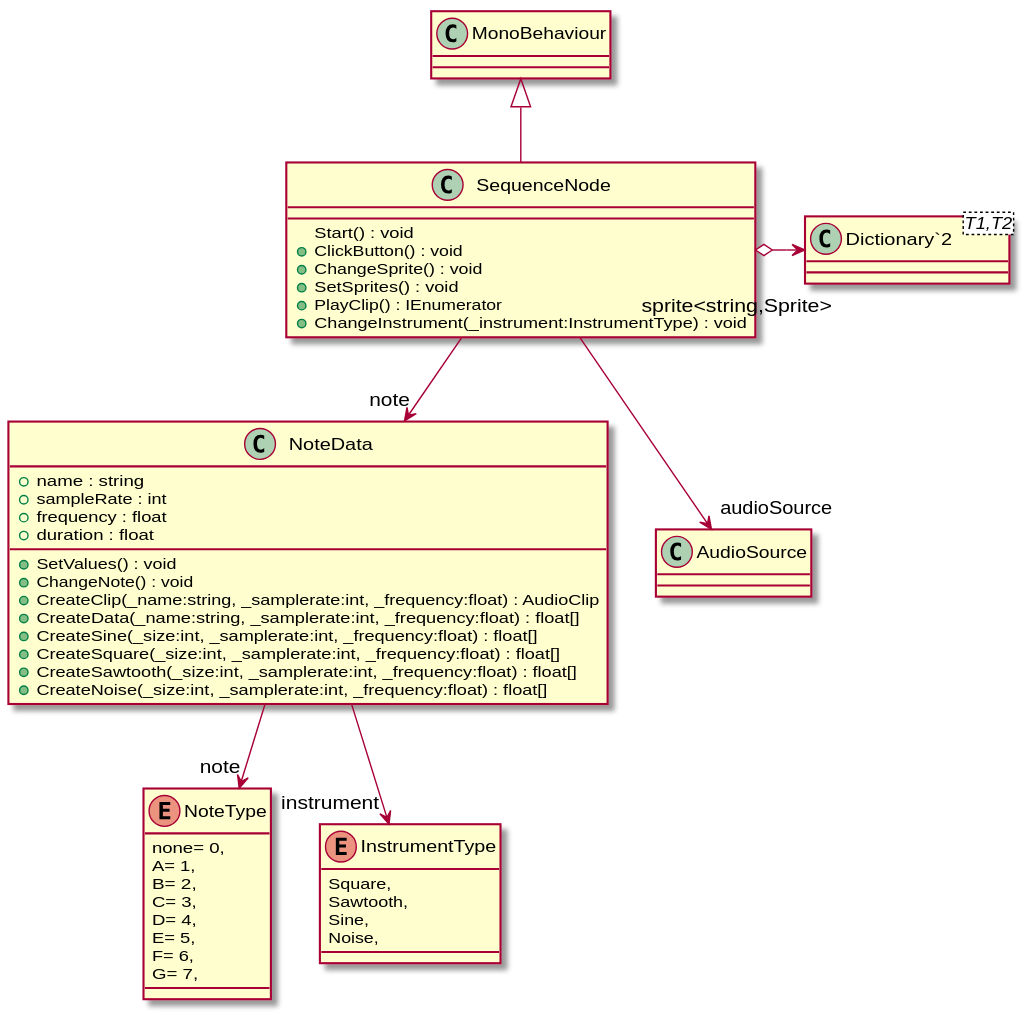
Above: UML/SequenceNode.svg in Emanuelsoniax/AudioSequencer (PlantUML), before the change.
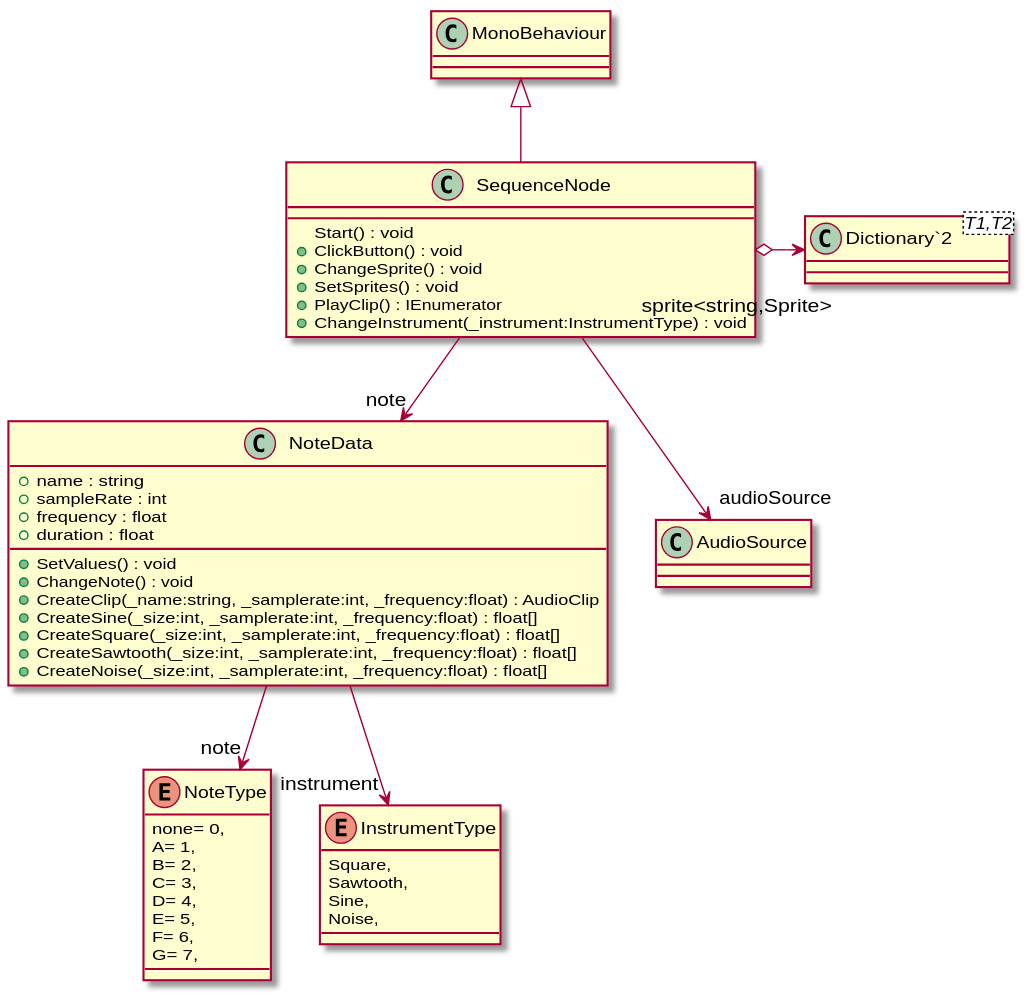
Later version of the same file.

The edit, as a diff of the source:
```diff
@@ -31,7 +31,6 @@
     + SetValues() : void
     + ChangeNote() : void
     + CreateClip(_name:string, _samplerate:int, _frequency:float) : AudioClip
-    + CreateData(_name:string, _samplerate:int, _frequency:float) : float[]
     + CreateSine(_size:int, _samplerate:int, _frequency:float) : float[]
     + CreateSquare(_size:int, _samplerate:int, _frequency:float) : float[]
     + CreateSawtooth(_size:int, _samplerate:int, _frequency:float) : float[]
```
